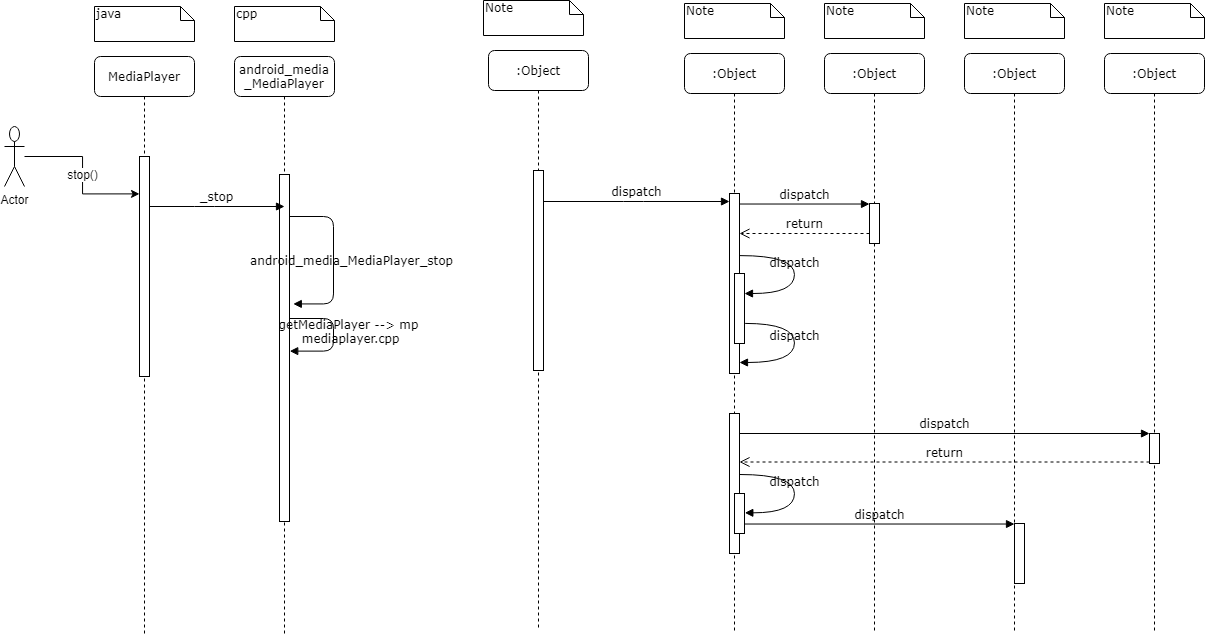
Before: android/player退出.png, a diagram exported from draw.io (yaodewei/Diagram). Source tidied: cells renumbered, new cells last; positions are measured from the earlier drawing's top-left corner, leaving out a move shared by most shapes.
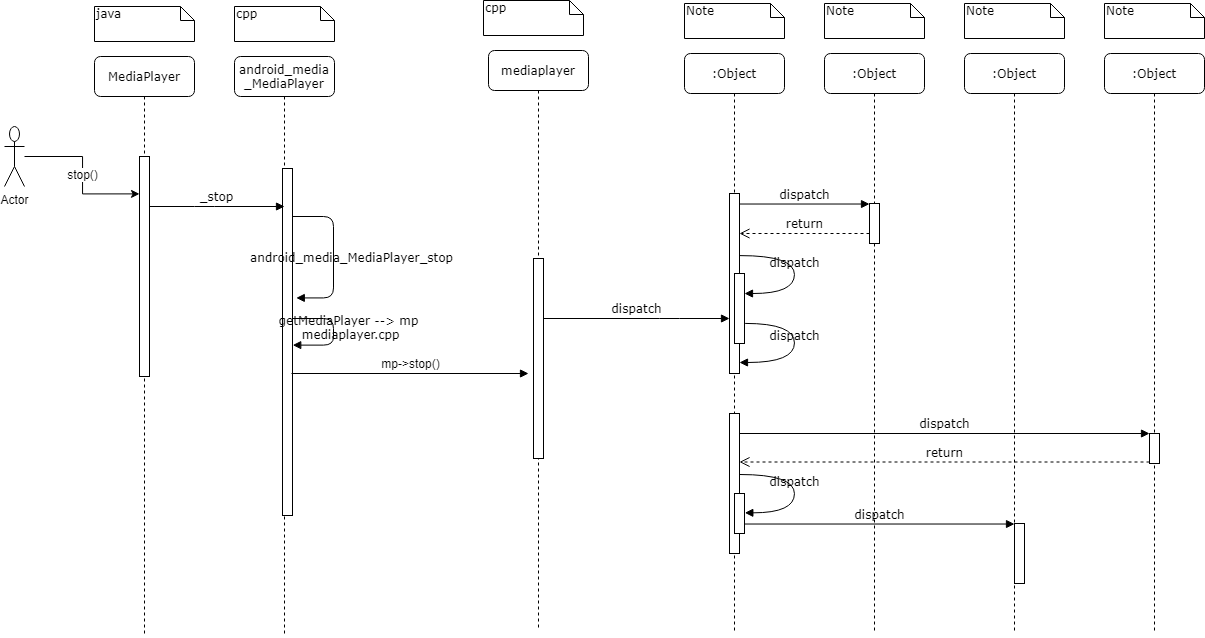
After the commit.

What changed in the source:
```diff
@@ -6,7 +6,7 @@
       <mxGeometry x="230" y="56" width="100" height="580" as="geometry" />
     </mxCell>
     <mxCell id="3" style="html=1;points=[];perimeter=orthogonalPerimeter;rounded=0;shadow=0;comic=0;labelBackgroundColor=none;strokeWidth=1;fontFamily=Verdana;fontSize=12;align=center;" parent="2" vertex="1">
-      <mxGeometry x="45" y="118" width="10" height="347" as="geometry" />
+      <mxGeometry x="48" y="112" width="10" height="347" as="geometry" />
     </mxCell>
     <mxCell id="4" value="android_media_MediaPlayer_stop" style="html=1;verticalAlign=bottom;endArrow=block;labelBackgroundColor=none;fontFamily=Verdana;fontSize=12;edgeStyle=elbowEdgeStyle;elbow=vertical;entryX=1.376;entryY=0.373;entryDx=0;entryDy=0;entryPerimeter=0;" parent="2" edge="1" source="3" target="3">
       <mxGeometry x="0.14" y="18" relative="1" as="geometry">
@@ -32,11 +32,11 @@
         <mxPoint y="1" as="offset" />
       </mxGeometry>
     </mxCell>
-    <mxCell id="6" value=":Object" style="shape=umlLifeline;perimeter=lifelinePerimeter;whiteSpace=wrap;html=1;rounded=1;shadow=0;comic=0;labelBackgroundColor=none;strokeWidth=1;fontFamily=Verdana;fontSize=12;align=center;" parent="1" vertex="1">
+    <mxCell id="6" value="mediaplayer" style="shape=umlLifeline;perimeter=lifelinePerimeter;whiteSpace=wrap;html=1;rounded=1;shadow=0;comic=0;labelBackgroundColor=none;strokeWidth=1;fontFamily=Verdana;fontSize=12;align=center;" parent="1" vertex="1">
       <mxGeometry x="484" y="50" width="100" height="580" as="geometry" />
     </mxCell>
     <mxCell id="7" style="html=1;points=[];perimeter=orthogonalPerimeter;rounded=0;shadow=0;comic=0;labelBackgroundColor=none;strokeWidth=1;fontFamily=Verdana;fontSize=12;align=center;" parent="6" vertex="1">
-      <mxGeometry x="45" y="120" width="10" height="200" as="geometry" />
+      <mxGeometry x="45" y="208" width="10" height="200" as="geometry" />
     </mxCell>
     <mxCell id="8" value=":Object" style="shape=umlLifeline;perimeter=lifelinePerimeter;whiteSpace=wrap;html=1;rounded=1;shadow=0;comic=0;labelBackgroundColor=none;strokeWidth=1;fontFamily=Verdana;fontSize=12;align=center;" parent="1" vertex="1">
       <mxGeometry x="680" y="53" width="100" height="580" as="geometry" />
@@ -62,6 +62,7 @@
     <mxCell id="15" value="dispatch" style="html=1;verticalAlign=bottom;endArrow=block;labelBackgroundColor=none;fontFamily=Verdana;fontSize=12;edgeStyle=elbowEdgeStyle;elbow=vertical;" parent="1" edge="1" source="7" target="14">
       <mxGeometry relative="1" as="geometry">
         <Array as="points">
+          <mxPoint x="665" y="318" />
           <mxPoint x="629" y="201" />
         </Array>
       </mxGeometry>
@@ -145,7 +146,7 @@
     <mxCell id="32" value="cpp" style="shape=note;whiteSpace=wrap;html=1;size=14;verticalAlign=top;align=left;spacingTop=-6;rounded=0;shadow=0;comic=0;labelBackgroundColor=none;strokeWidth=1;fontFamily=Verdana;fontSize=12;" parent="1" vertex="1">
       <mxGeometry x="230" y="6" width="100" height="35" as="geometry" />
     </mxCell>
-    <mxCell id="33" value="Note" style="shape=note;whiteSpace=wrap;html=1;size=14;verticalAlign=top;align=left;spacingTop=-6;rounded=0;shadow=0;comic=0;labelBackgroundColor=none;strokeWidth=1;fontFamily=Verdana;fontSize=12;" parent="1" vertex="1">
+    <mxCell id="33" value="cpp" style="shape=note;whiteSpace=wrap;html=1;size=14;verticalAlign=top;align=left;spacingTop=-6;rounded=0;shadow=0;comic=0;labelBackgroundColor=none;strokeWidth=1;fontFamily=Verdana;fontSize=12;" parent="1" vertex="1">
       <mxGeometry x="479" width="100" height="35" as="geometry" />
     </mxCell>
     <mxCell id="34" value="Note" style="shape=note;whiteSpace=wrap;html=1;size=14;verticalAlign=top;align=left;spacingTop=-6;rounded=0;shadow=0;comic=0;labelBackgroundColor=none;strokeWidth=1;fontFamily=Verdana;fontSize=12;" parent="1" vertex="1">
@@ -171,5 +172,11 @@
     <mxCell id="39" value="Actor" style="shape=umlActor;verticalLabelPosition=bottom;verticalAlign=top;html=1;" parent="1" vertex="1">
       <mxGeometry y="126" width="20" height="60" as="geometry" />
     </mxCell>
+    <mxCell id="40" value="mp-&amp;gt;stop()" style="html=1;verticalAlign=bottom;endArrow=block;" parent="1" edge="1">
+      <mxGeometry relative="1" as="geometry">
+        <mxPoint x="287" y="373" as="sourcePoint" />
+        <mxPoint x="524" y="373" as="targetPoint" />
+      </mxGeometry>
+    </mxCell>
   </root>
 </mxGraphModel>
```
